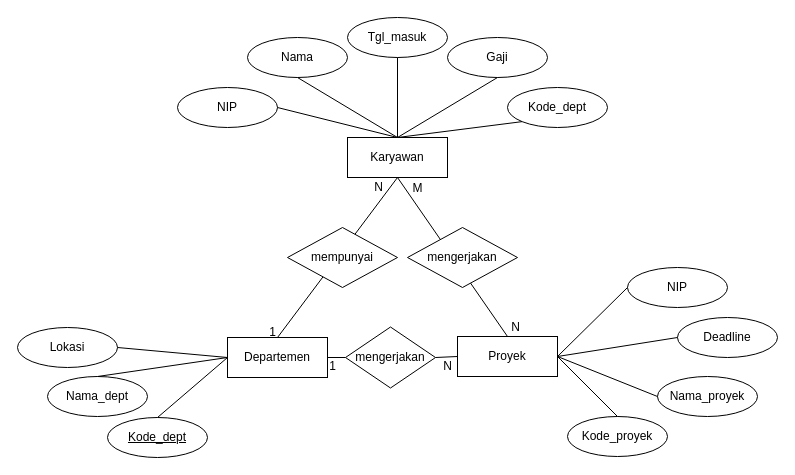
Earlier version of the draw.io diagram Untitled Diagram.drawio (prycilliaedw/prycilliaedw). Source tidied: cells renumbered, new cells numbered last; positions are measured from the earlier drawing's top-left corner, leaving out a move shared by most shapes. Both pictures are drawn from the tidied source at 100%, with x=0, y=0 at pixel (17, 17).
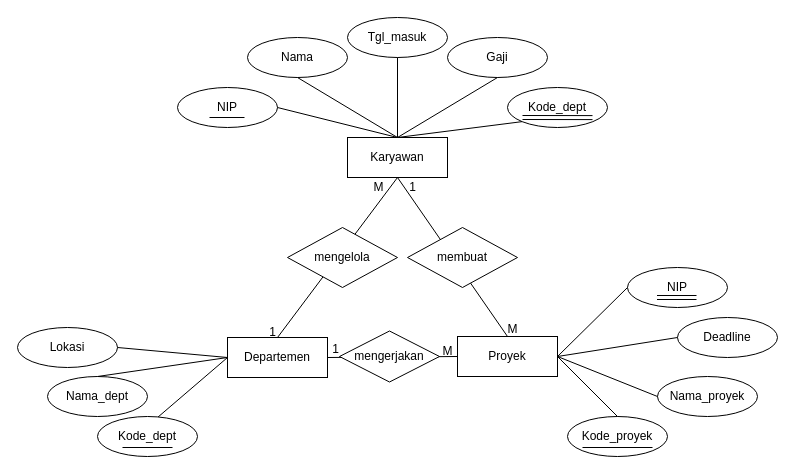
The same page after the edit.

The change refers to these unchanged cells:
```xml
<mxCell id="13" value="Departemen" style="whiteSpace=wrap;html=1;align=center;" parent="1" vertex="1">
  <mxGeometry x="210" y="320" width="100" height="40" as="geometry" />
</mxCell>
<mxCell id="15" value="Proyek" style="whiteSpace=wrap;html=1;align=center;" parent="1" vertex="1">
  <mxGeometry x="440" y="319" width="100" height="40" as="geometry" />
</mxCell>
```

Change to the diagram source:
```diff
@@
-    <mxCell id="14" value="Kode_dept" style="ellipse;whiteSpace=wrap;html=1;align=center;fontStyle=4;" parent="1" vertex="1">
-      <mxGeometry x="90" y="400" width="100" height="40" as="geometry" />
-    </mxCell>
@@
-    <mxCell id="24" style="endArrow=none;html=1;rounded=0;exitX=0.5;exitY=0;exitDx=0;exitDy=0;entryX=0;entryY=0.5;entryDx=0;entryDy=0;" parent="1" edge="1" source="14" target="13">
-      <mxGeometry relative="1" as="geometry" />
+    <mxCell id="24" style="endArrow=none;html=1;rounded=0;exitX=0.5;exitY=0;exitDx=0;exitDy=0;entryX=0;entryY=0.5;entryDx=0;entryDy=0;" parent="1" edge="1" target="13">
+      <mxGeometry relative="1" as="geometry">
+        <mxPoint x="140" y="400" as="sourcePoint" />
+      </mxGeometry>
     </mxCell>
@@
-    <mxCell id="32" value="mempunyai" style="shape=rhombus;perimeter=rhombusPerimeter;whiteSpace=wrap;html=1;align=center;" parent="1" vertex="1">
+    <mxCell id="32" value="mengelola" style="shape=rhombus;perimeter=rhombusPerimeter;whiteSpace=wrap;html=1;align=center;" parent="1" vertex="1">
       <mxGeometry x="270" y="210" width="110" height="60" as="geometry" />
     </mxCell>
@@
-    <mxCell id="34" value="mengerjakan" style="shape=rhombus;perimeter=rhombusPerimeter;whiteSpace=wrap;html=1;align=center;" parent="1" vertex="1">
+    <mxCell id="34" value="membuat" style="shape=rhombus;perimeter=rhombusPerimeter;whiteSpace=wrap;html=1;align=center;" parent="1" vertex="1">
       <mxGeometry x="390" y="210" width="110" height="60" as="geometry" />
     </mxCell>
-    <mxCell id="35" style="endArrow=none;html=1;rounded=0;exitX=1;exitY=0.5;exitDx=0;exitDy=0;entryX=0;entryY=0.5;entryDx=0;entryDy=0;" parent="1" edge="1" source="37" target="15">
-      <mxGeometry relative="1" as="geometry" />
-    </mxCell>
-    <mxCell id="36" style="endArrow=none;html=1;rounded=0;exitX=1;exitY=0.5;exitDx=0;exitDy=0;entryX=0;entryY=0.5;entryDx=0;entryDy=0;" parent="1" edge="1" source="13" target="37">
-      <mxGeometry relative="1" as="geometry" />
-    </mxCell>
-    <mxCell id="37" value="mengerjakan" style="shape=rhombus;perimeter=rhombusPerimeter;whiteSpace=wrap;html=1;align=center;" parent="1" vertex="1">
-      <mxGeometry x="328" y="309.5" width="90" height="61" as="geometry" />
-    </mxCell>
@@
-    <mxCell id="39" value="N" style="text;html=1;align=center;verticalAlign=middle;strokeColor=none;fillColor=none;" parent="1" vertex="1">
+    <mxCell id="39" value="M" style="text;html=1;align=center;verticalAlign=middle;strokeColor=none;fillColor=none;" parent="1" vertex="1">
       <mxGeometry x="346" y="155" width="30" height="30" as="geometry" />
     </mxCell>
-    <mxCell id="40" value="N" style="text;html=1;align=center;verticalAlign=middle;strokeColor=none;fillColor=none;" parent="1" vertex="1">
-      <mxGeometry x="483" y="295" width="30" height="30" as="geometry" />
+    <mxCell id="40" value="1" style="text;html=1;align=center;verticalAlign=middle;strokeColor=none;fillColor=none;" parent="1" vertex="1">
+      <mxGeometry x="380" y="155" width="30" height="30" as="geometry" />
     </mxCell>
     <mxCell id="41" value="M" style="text;html=1;align=center;verticalAlign=middle;strokeColor=none;fillColor=none;" parent="1" vertex="1">
-      <mxGeometry x="385" y="156" width="30" height="30" as="geometry" />
+      <mxGeometry x="480" y="297" width="30" height="30" as="geometry" />
     </mxCell>
+    <mxCell id="14" value="Kode_dept" style="ellipse;whiteSpace=wrap;html=1;align=center;" parent="1" vertex="1">
+      <mxGeometry x="80" y="399" width="100" height="40" as="geometry" />
+    </mxCell>
+    <mxCell id="44" style="shape=link;html=1;rounded=0;" parent="1" edge="1">
+      <mxGeometry relative="1" as="geometry">
+        <mxPoint x="505" y="100" as="sourcePoint" />
+        <mxPoint x="575" y="100.1" as="targetPoint" />
+      </mxGeometry>
+    </mxCell>
+    <mxCell id="45" style="endArrow=none;html=1;rounded=0;" parent="1" edge="1">
+      <mxGeometry relative="1" as="geometry">
+        <mxPoint x="105" y="430" as="sourcePoint" />
+        <mxPoint x="155" y="430" as="targetPoint" />
+      </mxGeometry>
+    </mxCell>
+    <mxCell id="46" style="shape=link;html=1;rounded=0;" parent="1" edge="1">
+      <mxGeometry relative="1" as="geometry">
+        <mxPoint x="639.5" y="280" as="sourcePoint" />
+        <mxPoint x="679" y="280" as="targetPoint" />
+      </mxGeometry>
+    </mxCell>
+    <mxCell id="47" style="endArrow=none;html=1;rounded=0;" parent="1" edge="1">
+      <mxGeometry relative="1" as="geometry">
+        <mxPoint x="192" y="100" as="sourcePoint" />
+        <mxPoint x="227" y="100" as="targetPoint" />
+      </mxGeometry>
+    </mxCell>
+    <mxCell id="48" style="endArrow=none;html=1;rounded=0;" parent="1" edge="1">
+      <mxGeometry relative="1" as="geometry">
+        <mxPoint x="565" y="430" as="sourcePoint" />
+        <mxPoint x="635" y="430" as="targetPoint" />
+      </mxGeometry>
+    </mxCell>
+    <mxCell id="49" style="endArrow=none;html=1;rounded=0;entryX=1;entryY=0.5;entryDx=0;entryDy=0;exitX=0;exitY=0.5;exitDx=0;exitDy=0;" parent="1" edge="1" source="15" target="13">
+      <mxGeometry relative="1" as="geometry" />
+    </mxCell>
-    <mxCell id="42" value="1" style="text;html=1;align=center;verticalAlign=middle;strokeColor=none;fillColor=none;" parent="1" vertex="1">
-      <mxGeometry x="300" y="334" width="30" height="30" as="geometry" />
+    <mxCell id="42" value="1" style="html=1;whiteSpace=wrap;align=right;verticalAlign=bottom;" parent="49" vertex="1">
+      <mxGeometry x="1" relative="1" as="geometry">
+        <mxPoint x="13" as="offset" />
+      </mxGeometry>
     </mxCell>
-    <mxCell id="43" value="N" style="text;html=1;align=center;verticalAlign=middle;strokeColor=none;fillColor=none;" parent="1" vertex="1">
-      <mxGeometry x="415" y="334" width="30" height="30" as="geometry" />
-    </mxCell>
+    <mxCell id="50" value="M" style="text;html=1;align=center;verticalAlign=middle;strokeColor=none;fillColor=none;" parent="1" vertex="1">
+      <mxGeometry x="415" y="319" width="30" height="30" as="geometry" />
+    </mxCell>
+    <mxCell id="37" value="mengerjakan" style="shape=rhombus;perimeter=rhombusPerimeter;whiteSpace=wrap;html=1;align=center;" parent="1" vertex="1">
+      <mxGeometry x="322" y="313.5" width="100" height="51" as="geometry" />
+    </mxCell>
```
